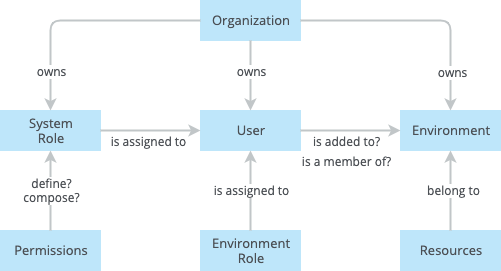
This is rbac/en/roles_chart-en.png from sweetsweetstefan/cloudmc-cloudca-kb, a draw.io export, as it was before one commit. Source tidied: cells renumbered, new cells last; positions are measured from the earlier drawing's top-left corner, leaving out a move shared by most shapes. Its diagram source:
```xml
<mxGraphModel>
  <root>
    <mxCell id="0" />
    <mxCell id="1" parent="0" />
    <mxCell id="2" value="Organization" style="whiteSpace=wrap;html=1;align=center;fillColor=#BEE6FA;strokeColor=#BEE6FA;strokeWidth=1;fontFamily=Open Sans;fontSize=13;fontColor=#4B4F54;" parent="1" vertex="1">
      <mxGeometry x="200" width="100" height="40" as="geometry" />
    </mxCell>
    <mxCell id="3" value="System&lt;br&gt;Role" style="whiteSpace=wrap;html=1;align=center;fillColor=#BEE6FA;strokeColor=#BEE6FA;strokeWidth=1;fontFamily=Open Sans;fontSize=13;fontColor=#4B4F54;" parent="1" vertex="1">
      <mxGeometry y="110" width="100" height="40" as="geometry" />
    </mxCell>
    <mxCell id="4" value="User" style="whiteSpace=wrap;html=1;align=center;fillColor=#BEE6FA;strokeColor=#BEE6FA;strokeWidth=1;fontFamily=Open Sans;fontSize=13;fontColor=#4B4F54;" parent="1" vertex="1">
      <mxGeometry x="200" y="110" width="100" height="40" as="geometry" />
    </mxCell>
    <mxCell id="5" value="Permissions" style="whiteSpace=wrap;html=1;align=center;fillColor=#BEE6FA;strokeColor=#BEE6FA;strokeWidth=1;fontFamily=Open Sans;fontSize=13;fontColor=#4B4F54;" parent="1" vertex="1">
      <mxGeometry y="230" width="100" height="40" as="geometry" />
    </mxCell>
    <mxCell id="6" style="fontSize=12;html=1;endArrow=classic;startArrow=none;exitX=0.5;exitY=0;exitDx=0;exitDy=0;entryX=0.5;entryY=1;entryDx=0;entryDy=0;strokeColor=#c1c6c8;strokeWidth=2;startFill=0;endFill=1;fontFamily=Open Sans;" parent="1" edge="1" source="5" target="3">
      <mxGeometry relative="1" as="geometry" />
    </mxCell>
    <mxCell id="7" value="define?&lt;br&gt;compose?" style="text;html=1;align=center;verticalAlign=middle;labelBackgroundColor=#ffffff;fontColor=#4B4F54;fontFamily=Open Sans;fontSize=12;fontStyle=0;" parent="6" vertex="1">
      <mxGeometry x="-0.05" relative="1" as="geometry">
        <mxPoint y="-3" as="offset" />
      </mxGeometry>
    </mxCell>
    <mxCell id="8" style="fontSize=12;html=1;endArrow=none;startArrow=classic;exitX=0;exitY=0.5;exitDx=0;exitDy=0;entryX=1;entryY=0.5;entryDx=0;entryDy=0;rounded=1;strokeColor=#c1c6c8;strokeWidth=2;startFill=1;endFill=0;edgeStyle=orthogonalEdgeStyle;fontFamily=Open Sans;" parent="1" edge="1" source="4" target="3">
      <mxGeometry relative="1" as="geometry" />
    </mxCell>
    <mxCell id="9" value="is assigned to" style="text;html=1;align=center;verticalAlign=middle;labelBackgroundColor=#ffffff;fontColor=#4B4F54;fontFamily=Open Sans;" parent="8" vertex="1">
      <mxGeometry x="0.18" relative="1" as="geometry">
        <mxPoint x="6" y="10" as="offset" />
      </mxGeometry>
    </mxCell>
    <mxCell id="10" style="fontSize=12;html=1;endArrow=classic;startArrow=none;exitX=0.5;exitY=1;exitDx=0;exitDy=0;entryX=0.5;entryY=0;entryDx=0;entryDy=0;edgeStyle=orthogonalEdgeStyle;strokeColor=#c1c6c8;strokeWidth=2;startFill=0;endFill=1;fontFamily=Open Sans;" parent="1" edge="1" source="2" target="4">
      <mxGeometry relative="1" as="geometry" />
    </mxCell>
    <mxCell id="11" value="owns" style="text;html=1;align=center;verticalAlign=middle;labelBackgroundColor=#ffffff;fontColor=#4B4F54;fontFamily=Open Sans;fontSize=12;fontStyle=0;" parent="10" vertex="1">
      <mxGeometry x="-0.14" relative="1" as="geometry" />
    </mxCell>
    <mxCell id="12" style="edgeStyle=orthogonalEdgeStyle;fontSize=12;html=1;endArrow=classic;startArrow=none;exitX=0;exitY=0.5;exitDx=0;exitDy=0;entryX=0.5;entryY=0;entryDx=0;entryDy=0;strokeColor=#c1c6c8;strokeWidth=2;startFill=0;endFill=1;fontFamily=Open Sans;" parent="1" edge="1" source="2" target="3">
      <mxGeometry relative="1" as="geometry" />
    </mxCell>
    <mxCell id="13" value="owns" style="text;html=1;align=center;verticalAlign=middle;labelBackgroundColor=#ffffff;fontColor=#4B4F54;fontFamily=Open Sans;fontSize=12;fontStyle=0;" parent="12" vertex="1">
      <mxGeometry x="0.67" relative="1" as="geometry" />
    </mxCell>
    <mxCell id="14" value="Environment" style="whiteSpace=wrap;html=1;align=center;fillColor=#BEE6FA;strokeColor=#BEE6FA;strokeWidth=1;fontFamily=Open Sans;fontSize=13;fontColor=#4B4F54;" parent="1" vertex="1">
      <mxGeometry x="400" y="110" width="100" height="40" as="geometry" />
    </mxCell>
    <mxCell id="15" style="fontSize=12;html=1;endArrow=none;startArrow=classic;exitX=0;exitY=0.5;exitDx=0;exitDy=0;rounded=1;strokeColor=#c1c6c8;strokeWidth=2;startFill=1;endFill=0;edgeStyle=orthogonalEdgeStyle;entryX=1;entryY=0.5;entryDx=0;entryDy=0;fontFamily=Open Sans;" parent="1" edge="1" source="14" target="4">
      <mxGeometry relative="1" as="geometry" />
    </mxCell>
    <mxCell id="16" value="is added to?" style="text;html=1;align=center;verticalAlign=middle;labelBackgroundColor=#ffffff;fontColor=#4B4F54;fontFamily=Open Sans;" parent="15" vertex="1">
      <mxGeometry x="0.24" relative="1" as="geometry">
        <mxPoint x="7" y="10" as="offset" />
      </mxGeometry>
    </mxCell>
    <mxCell id="17" value="is a member of?" style="text;html=1;align=center;verticalAlign=middle;labelBackgroundColor=#ffffff;fontColor=#4B4F54;fontFamily=Open Sans;" parent="15" vertex="1">
      <mxGeometry x="0.24" relative="1" as="geometry">
        <mxPoint x="7" y="30" as="offset" />
      </mxGeometry>
    </mxCell>
    <mxCell id="18" style="edgeStyle=orthogonalEdgeStyle;fontSize=12;html=1;endArrow=classic;startArrow=none;exitX=1;exitY=0.5;exitDx=0;exitDy=0;entryX=0.5;entryY=0;entryDx=0;entryDy=0;strokeColor=#c1c6c8;strokeWidth=2;startFill=0;endFill=1;fontFamily=Open Sans;" parent="1" edge="1" source="2" target="14">
      <mxGeometry relative="1" as="geometry" />
    </mxCell>
    <mxCell id="19" value="owns" style="text;html=1;align=center;verticalAlign=middle;labelBackgroundColor=#ffffff;fontColor=#4B4F54;fontFamily=Open Sans;fontSize=12;fontStyle=0;" parent="18" vertex="1">
      <mxGeometry x="0.68" y="1" relative="1" as="geometry" />
    </mxCell>
    <mxCell id="20" value="Resources" style="whiteSpace=wrap;html=1;align=center;fillColor=#BEE6FA;strokeColor=#BEE6FA;strokeWidth=1;fontFamily=Open Sans;fontSize=13;fontColor=#4B4F54;" parent="1" vertex="1">
      <mxGeometry x="400" y="230" width="100" height="40" as="geometry" />
    </mxCell>
    <mxCell id="21" style="fontSize=12;html=1;endArrow=none;startArrow=classic;exitX=0.5;exitY=1;exitDx=0;exitDy=0;entryX=0.5;entryY=0;entryDx=0;entryDy=0;rounded=1;strokeColor=#c1c6c8;strokeWidth=2;startFill=1;endFill=0;edgeStyle=orthogonalEdgeStyle;fontFamily=Open Sans;" parent="1" edge="1" source="14" target="20">
      <mxGeometry relative="1" as="geometry" />
    </mxCell>
    <mxCell id="22" value="belong to" style="text;html=1;align=center;verticalAlign=middle;labelBackgroundColor=#ffffff;fontColor=#4B4F54;fontFamily=Open Sans;fontSize=12;fontStyle=0;" parent="21" vertex="1">
      <mxGeometry x="-0.03" y="2" relative="1" as="geometry" />
    </mxCell>
    <mxCell id="23" value="Environment Role" style="whiteSpace=wrap;html=1;align=center;fillColor=#BEE6FA;strokeColor=#BEE6FA;strokeWidth=1;fontFamily=Open Sans;fontSize=13;fontColor=#4B4F54;" parent="1" vertex="1">
      <mxGeometry x="200" y="230" width="100" height="40" as="geometry" />
    </mxCell>
    <mxCell id="24" style="fontSize=12;html=1;endArrow=classic;startArrow=none;exitX=0.5;exitY=0;exitDx=0;exitDy=0;entryX=0.5;entryY=1;entryDx=0;entryDy=0;strokeColor=#c1c6c8;strokeWidth=2;startFill=0;endFill=1;fontFamily=Open Sans;" parent="1" edge="1" source="23" target="4">
      <mxGeometry relative="1" as="geometry" />
    </mxCell>
    <mxCell id="25" value="is assigned to" style="text;html=1;align=center;verticalAlign=middle;labelBackgroundColor=#ffffff;fontColor=#4B4F54;fontFamily=Open Sans;fontSize=12;fontStyle=0;spacingBottom=0;spacing=2;labelPadding=0;" parent="24" vertex="1">
      <mxGeometry x="-0.07" relative="1" as="geometry">
        <mxPoint y="-4" as="offset" />
      </mxGeometry>
    </mxCell>
  </root>
</mxGraphModel>
```
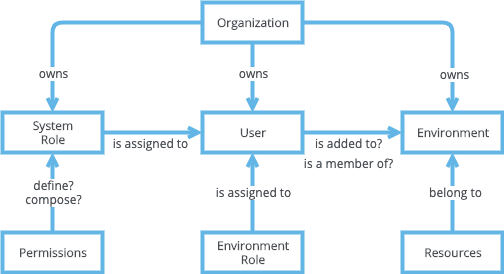
Above is the later version.

Commit message:
Finished up the use-cases for now, I still need to go back and make sure they make sense and refer appropriately to the example diagrams.

The edit, as a diff of the source:
```diff
@@ -2,19 +2,19 @@
   <root>
     <mxCell id="0" />
     <mxCell id="1" parent="0" />
-    <mxCell id="2" value="Organization" style="whiteSpace=wrap;html=1;align=center;fillColor=#BEE6FA;strokeColor=#BEE6FA;strokeWidth=1;fontFamily=Open Sans;fontSize=13;fontColor=#4B4F54;" parent="1" vertex="1">
+    <mxCell id="2" value="Organization" style="whiteSpace=wrap;html=1;align=center;fillColor=#FFFFFF;strokeColor=#62b5e5;strokeWidth=4;fontFamily=Open Sans;fontSize=12;fontColor=#4B4F54;fontStyle=1;" parent="1" vertex="1">
       <mxGeometry x="200" width="100" height="40" as="geometry" />
     </mxCell>
-    <mxCell id="3" value="System&lt;br&gt;Role" style="whiteSpace=wrap;html=1;align=center;fillColor=#BEE6FA;strokeColor=#BEE6FA;strokeWidth=1;fontFamily=Open Sans;fontSize=13;fontColor=#4B4F54;" parent="1" vertex="1">
+    <mxCell id="3" value="System&lt;br style=&quot;font-size: 12px;&quot;&gt;Role" style="whiteSpace=wrap;html=1;align=center;fillColor=#FFFFFF;strokeColor=#62b5e5;strokeWidth=4;fontFamily=Open Sans;fontSize=12;fontColor=#4B4F54;fontStyle=1;" parent="1" vertex="1">
       <mxGeometry y="110" width="100" height="40" as="geometry" />
     </mxCell>
-    <mxCell id="4" value="User" style="whiteSpace=wrap;html=1;align=center;fillColor=#BEE6FA;strokeColor=#BEE6FA;strokeWidth=1;fontFamily=Open Sans;fontSize=13;fontColor=#4B4F54;" parent="1" vertex="1">
+    <mxCell id="4" value="User" style="whiteSpace=wrap;html=1;align=center;fillColor=#FFFFFF;strokeColor=#62b5e5;strokeWidth=4;fontFamily=Open Sans;fontSize=12;fontColor=#4B4F54;fontStyle=1;" parent="1" vertex="1">
       <mxGeometry x="200" y="110" width="100" height="40" as="geometry" />
     </mxCell>
-    <mxCell id="5" value="Permissions" style="whiteSpace=wrap;html=1;align=center;fillColor=#BEE6FA;strokeColor=#BEE6FA;strokeWidth=1;fontFamily=Open Sans;fontSize=13;fontColor=#4B4F54;" parent="1" vertex="1">
+    <mxCell id="5" value="Permissions" style="whiteSpace=wrap;html=1;align=center;fillColor=#FFFFFF;strokeColor=#62b5e5;strokeWidth=4;fontFamily=Open Sans;fontSize=12;fontColor=#4B4F54;fontStyle=1;" parent="1" vertex="1">
       <mxGeometry y="230" width="100" height="40" as="geometry" />
     </mxCell>
-    <mxCell id="6" style="fontSize=12;html=1;endArrow=classic;startArrow=none;exitX=0.5;exitY=0;exitDx=0;exitDy=0;entryX=0.5;entryY=1;entryDx=0;entryDy=0;strokeColor=#c1c6c8;strokeWidth=2;startFill=0;endFill=1;fontFamily=Open Sans;" parent="1" edge="1" source="5" target="3">
+    <mxCell id="6" style="fontSize=12;html=1;endArrow=open;startArrow=none;exitX=0.5;exitY=0;exitDx=0;exitDy=0;entryX=0.5;entryY=1;entryDx=0;entryDy=0;strokeColor=#62b5e5;strokeWidth=4;startFill=0;endFill=0;fontFamily=Open Sans;" parent="1" edge="1" source="5" target="3">
       <mxGeometry relative="1" as="geometry" />
     </mxCell>
     <mxCell id="7" value="define?&lt;br&gt;compose?" style="text;html=1;align=center;verticalAlign=middle;labelBackgroundColor=#ffffff;fontColor=#4B4F54;fontFamily=Open Sans;fontSize=12;fontStyle=0;" parent="6" vertex="1">
@@ -22,7 +22,7 @@
         <mxPoint y="-3" as="offset" />
       </mxGeometry>
     </mxCell>
-    <mxCell id="8" style="fontSize=12;html=1;endArrow=none;startArrow=classic;exitX=0;exitY=0.5;exitDx=0;exitDy=0;entryX=1;entryY=0.5;entryDx=0;entryDy=0;rounded=1;strokeColor=#c1c6c8;strokeWidth=2;startFill=1;endFill=0;edgeStyle=orthogonalEdgeStyle;fontFamily=Open Sans;" parent="1" edge="1" source="4" target="3">
+    <mxCell id="8" style="fontSize=12;html=1;endArrow=none;startArrow=open;exitX=0;exitY=0.5;exitDx=0;exitDy=0;entryX=1;entryY=0.5;entryDx=0;entryDy=0;rounded=1;strokeColor=#62b5e5;strokeWidth=4;startFill=0;endFill=0;edgeStyle=orthogonalEdgeStyle;fontFamily=Open Sans;" parent="1" edge="1" source="4" target="3">
       <mxGeometry relative="1" as="geometry" />
     </mxCell>
     <mxCell id="9" value="is assigned to" style="text;html=1;align=center;verticalAlign=middle;labelBackgroundColor=#ffffff;fontColor=#4B4F54;fontFamily=Open Sans;" parent="8" vertex="1">
@@ -30,22 +30,22 @@
         <mxPoint x="6" y="10" as="offset" />
       </mxGeometry>
     </mxCell>
-    <mxCell id="10" style="fontSize=12;html=1;endArrow=classic;startArrow=none;exitX=0.5;exitY=1;exitDx=0;exitDy=0;entryX=0.5;entryY=0;entryDx=0;entryDy=0;edgeStyle=orthogonalEdgeStyle;strokeColor=#c1c6c8;strokeWidth=2;startFill=0;endFill=1;fontFamily=Open Sans;" parent="1" edge="1" source="2" target="4">
+    <mxCell id="10" style="fontSize=12;html=1;endArrow=open;startArrow=none;exitX=0.5;exitY=1;exitDx=0;exitDy=0;entryX=0.5;entryY=0;entryDx=0;entryDy=0;edgeStyle=orthogonalEdgeStyle;strokeColor=#62b5e5;strokeWidth=4;startFill=0;endFill=0;fontFamily=Open Sans;" parent="1" edge="1" source="2" target="4">
       <mxGeometry relative="1" as="geometry" />
     </mxCell>
     <mxCell id="11" value="owns" style="text;html=1;align=center;verticalAlign=middle;labelBackgroundColor=#ffffff;fontColor=#4B4F54;fontFamily=Open Sans;fontSize=12;fontStyle=0;" parent="10" vertex="1">
       <mxGeometry x="-0.14" relative="1" as="geometry" />
     </mxCell>
-    <mxCell id="12" style="edgeStyle=orthogonalEdgeStyle;fontSize=12;html=1;endArrow=classic;startArrow=none;exitX=0;exitY=0.5;exitDx=0;exitDy=0;entryX=0.5;entryY=0;entryDx=0;entryDy=0;strokeColor=#c1c6c8;strokeWidth=2;startFill=0;endFill=1;fontFamily=Open Sans;" parent="1" edge="1" source="2" target="3">
+    <mxCell id="12" style="edgeStyle=orthogonalEdgeStyle;fontSize=12;html=1;endArrow=open;startArrow=none;exitX=0;exitY=0.5;exitDx=0;exitDy=0;entryX=0.5;entryY=0;entryDx=0;entryDy=0;strokeColor=#62b5e5;strokeWidth=4;startFill=0;endFill=0;fontFamily=Open Sans;" parent="1" edge="1" source="2" target="3">
       <mxGeometry relative="1" as="geometry" />
     </mxCell>
     <mxCell id="13" value="owns" style="text;html=1;align=center;verticalAlign=middle;labelBackgroundColor=#ffffff;fontColor=#4B4F54;fontFamily=Open Sans;fontSize=12;fontStyle=0;" parent="12" vertex="1">
       <mxGeometry x="0.67" relative="1" as="geometry" />
     </mxCell>
-    <mxCell id="14" value="Environment" style="whiteSpace=wrap;html=1;align=center;fillColor=#BEE6FA;strokeColor=#BEE6FA;strokeWidth=1;fontFamily=Open Sans;fontSize=13;fontColor=#4B4F54;" parent="1" vertex="1">
+    <mxCell id="14" value="Environment" style="whiteSpace=wrap;html=1;align=center;fillColor=#FFFFFF;strokeColor=#62b5e5;strokeWidth=4;fontFamily=Open Sans;fontSize=12;fontColor=#4B4F54;fontStyle=1;" parent="1" vertex="1">
       <mxGeometry x="400" y="110" width="100" height="40" as="geometry" />
     </mxCell>
-    <mxCell id="15" style="fontSize=12;html=1;endArrow=none;startArrow=classic;exitX=0;exitY=0.5;exitDx=0;exitDy=0;rounded=1;strokeColor=#c1c6c8;strokeWidth=2;startFill=1;endFill=0;edgeStyle=orthogonalEdgeStyle;entryX=1;entryY=0.5;entryDx=0;entryDy=0;fontFamily=Open Sans;" parent="1" edge="1" source="14" target="4">
+    <mxCell id="15" style="fontSize=12;html=1;endArrow=none;startArrow=open;exitX=0;exitY=0.5;exitDx=0;exitDy=0;rounded=1;strokeColor=#62b5e5;strokeWidth=4;startFill=0;endFill=0;edgeStyle=orthogonalEdgeStyle;entryX=1;entryY=0.5;entryDx=0;entryDy=0;fontFamily=Open Sans;" parent="1" edge="1" source="14" target="4">
       <mxGeometry relative="1" as="geometry" />
     </mxCell>
     <mxCell id="16" value="is added to?" style="text;html=1;align=center;verticalAlign=middle;labelBackgroundColor=#ffffff;fontColor=#4B4F54;fontFamily=Open Sans;" parent="15" vertex="1">
@@ -58,28 +58,33 @@
         <mxPoint x="7" y="30" as="offset" />
       </mxGeometry>
     </mxCell>
-    <mxCell id="18" style="edgeStyle=orthogonalEdgeStyle;fontSize=12;html=1;endArrow=classic;startArrow=none;exitX=1;exitY=0.5;exitDx=0;exitDy=0;entryX=0.5;entryY=0;entryDx=0;entryDy=0;strokeColor=#c1c6c8;strokeWidth=2;startFill=0;endFill=1;fontFamily=Open Sans;" parent="1" edge="1" source="2" target="14">
+    <mxCell id="18" style="edgeStyle=orthogonalEdgeStyle;fontSize=12;html=1;endArrow=open;startArrow=none;exitX=1;exitY=0.5;exitDx=0;exitDy=0;entryX=0.5;entryY=0;entryDx=0;entryDy=0;strokeColor=#62b5e5;strokeWidth=4;startFill=0;endFill=0;fontFamily=Open Sans;" parent="1" edge="1" source="2" target="14">
       <mxGeometry relative="1" as="geometry" />
     </mxCell>
     <mxCell id="19" value="owns" style="text;html=1;align=center;verticalAlign=middle;labelBackgroundColor=#ffffff;fontColor=#4B4F54;fontFamily=Open Sans;fontSize=12;fontStyle=0;" parent="18" vertex="1">
       <mxGeometry x="0.68" y="1" relative="1" as="geometry" />
     </mxCell>
-    <mxCell id="20" value="Resources" style="whiteSpace=wrap;html=1;align=center;fillColor=#BEE6FA;strokeColor=#BEE6FA;strokeWidth=1;fontFamily=Open Sans;fontSize=13;fontColor=#4B4F54;" parent="1" vertex="1">
+    <mxCell id="20" value="Resources" style="whiteSpace=wrap;html=1;align=center;fillColor=#FFFFFF;strokeColor=#62b5e5;strokeWidth=4;fontFamily=Open Sans;fontSize=12;fontColor=#4B4F54;fontStyle=1;" parent="1" vertex="1">
       <mxGeometry x="400" y="230" width="100" height="40" as="geometry" />
     </mxCell>
-    <mxCell id="21" style="fontSize=12;html=1;endArrow=none;startArrow=classic;exitX=0.5;exitY=1;exitDx=0;exitDy=0;entryX=0.5;entryY=0;entryDx=0;entryDy=0;rounded=1;strokeColor=#c1c6c8;strokeWidth=2;startFill=1;endFill=0;edgeStyle=orthogonalEdgeStyle;fontFamily=Open Sans;" parent="1" edge="1" source="14" target="20">
-      <mxGeometry relative="1" as="geometry" />
+    <mxCell id="21" style="fontSize=12;html=1;endArrow=none;startArrow=open;exitX=0.5;exitY=1;exitDx=0;exitDy=0;entryX=0.5;entryY=0;entryDx=0;entryDy=0;rounded=1;strokeColor=#62b5e5;strokeWidth=4;startFill=0;endFill=0;edgeStyle=orthogonalEdgeStyle;fontFamily=Open Sans;" parent="1" edge="1" source="14" target="20">
+      <mxGeometry relative="1" as="geometry">
+        <Array as="points">
+          <mxPoint x="450" y="160" />
+          <mxPoint x="450" y="160" />
+        </Array>
+      </mxGeometry>
     </mxCell>
     <mxCell id="22" value="belong to" style="text;html=1;align=center;verticalAlign=middle;labelBackgroundColor=#ffffff;fontColor=#4B4F54;fontFamily=Open Sans;fontSize=12;fontStyle=0;" parent="21" vertex="1">
       <mxGeometry x="-0.03" y="2" relative="1" as="geometry" />
     </mxCell>
-    <mxCell id="23" value="Environment Role" style="whiteSpace=wrap;html=1;align=center;fillColor=#BEE6FA;strokeColor=#BEE6FA;strokeWidth=1;fontFamily=Open Sans;fontSize=13;fontColor=#4B4F54;" parent="1" vertex="1">
+    <mxCell id="23" value="Environment Role" style="whiteSpace=wrap;html=1;align=center;fillColor=#FFFFFF;strokeColor=#62b5e5;strokeWidth=4;fontFamily=Open Sans;fontSize=12;fontColor=#4B4F54;fontStyle=1;" parent="1" vertex="1">
       <mxGeometry x="200" y="230" width="100" height="40" as="geometry" />
     </mxCell>
-    <mxCell id="24" style="fontSize=12;html=1;endArrow=classic;startArrow=none;exitX=0.5;exitY=0;exitDx=0;exitDy=0;entryX=0.5;entryY=1;entryDx=0;entryDy=0;strokeColor=#c1c6c8;strokeWidth=2;startFill=0;endFill=1;fontFamily=Open Sans;" parent="1" edge="1" source="23" target="4">
+    <mxCell id="24" style="fontSize=12;html=1;endArrow=open;startArrow=none;exitX=0.5;exitY=0;exitDx=0;exitDy=0;entryX=0.5;entryY=1;entryDx=0;entryDy=0;strokeColor=#62b5e5;strokeWidth=4;startFill=0;endFill=0;fontFamily=Open Sans;" parent="1" edge="1" source="23" target="4">
       <mxGeometry relative="1" as="geometry" />
     </mxCell>
-    <mxCell id="25" value="is assigned to" style="text;html=1;align=center;verticalAlign=middle;labelBackgroundColor=#ffffff;fontColor=#4B4F54;fontFamily=Open Sans;fontSize=12;fontStyle=0;spacingBottom=0;spacing=2;labelPadding=0;" parent="24" vertex="1">
+    <mxCell id="25" value="is assigned to" style="text;html=1;align=center;verticalAlign=middle;labelBackgroundColor=#ffffff;fontColor=#4B4F54;fontFamily=Open Sans;fontSize=12;fontStyle=0;spacingBottom=0;spacing=2;labelPadding=0;labelBorderColor=none;" parent="24" vertex="1">
       <mxGeometry x="-0.07" relative="1" as="geometry">
         <mxPoint y="-4" as="offset" />
       </mxGeometry>
```
